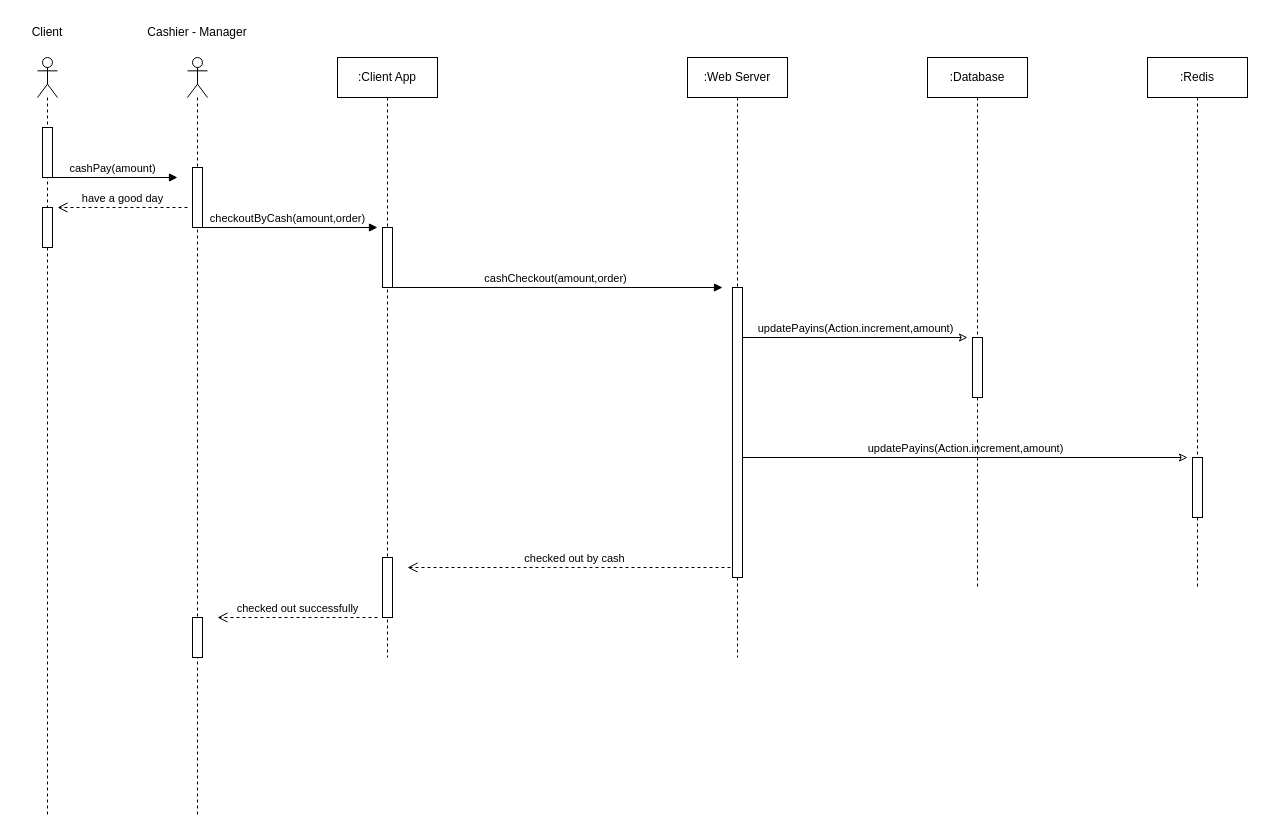
jadhamwi31/quickq keeps this draw.io diagram as diagrams/SD_ClientCheckoutCash.drawio. Above is the earlier version. Source tidied: cells renumbered, new cells numbered last; positions are measured from the earlier drawing's top-left corner, leaving out a move shared by most shapes. Both pictures are drawn from the tidied source at 100%, with x=0, y=0 at pixel (17, 17).
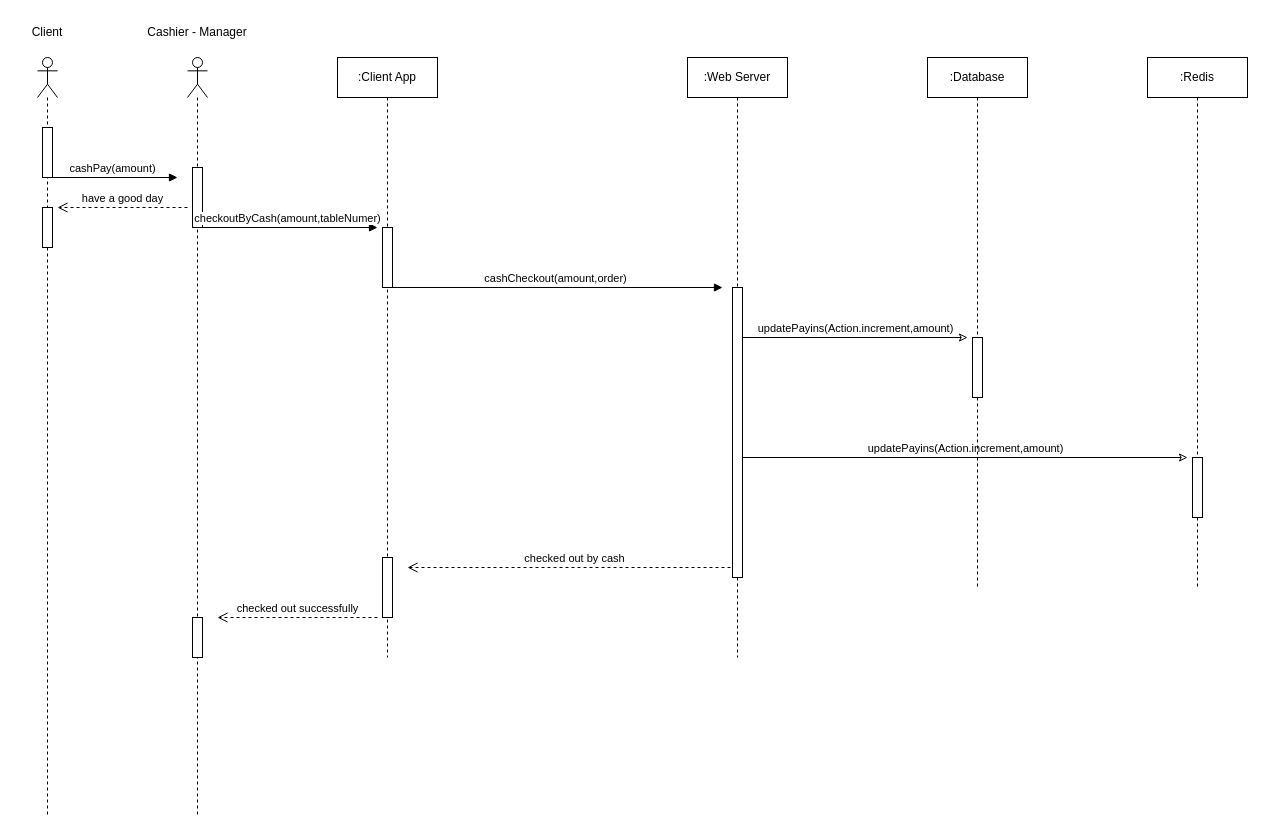
The same diagram, later.

Unchanged cells that the change refers to:
```xml
<mxCell id="6" style="shape=umlLifeline;participant=umlActor;perimeter=lifelinePerimeter;whiteSpace=wrap;html=1;verticalAlign=top;spacingTop=36;size=40;" parent="1" vertex="1">
  <mxGeometry x="170" y="40" width="20" height="760" as="geometry" />
</mxCell>
```

What changed in the source:
```diff
@@
-    <mxCell id="8" value="checkoutByCash(amount,order)" style="html=1;verticalAlign=bottom;endArrow=block;rounded=0;" parent="6" edge="1">
+    <mxCell id="8" value="checkoutByCash(amount,tableNumer)" style="html=1;verticalAlign=bottom;endArrow=block;rounded=0;" parent="6" edge="1">
       <mxGeometry relative="1" as="geometry">
         <mxPoint x="10" y="170" as="sourcePoint" />
         <mxPoint x="190" y="170" as="targetPoint" />
       </mxGeometry>
     </mxCell>
```
